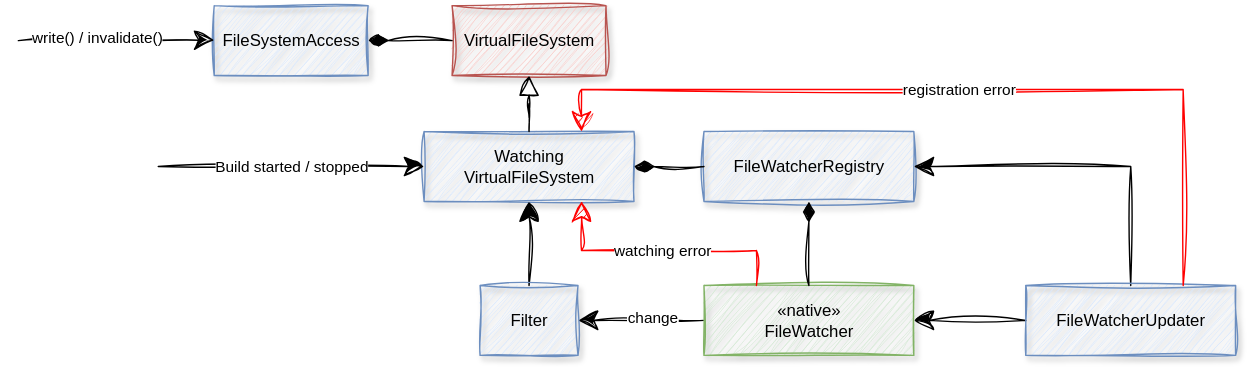
Above: platforms/core-execution/snapshots/File-System Watching.drawio.svg in gradle/gradle (draw.io), before the change. Source tidied: cells renumbered, new cells last; positions are measured from the earlier drawing's top-left corner, leaving out a move shared by most shapes.
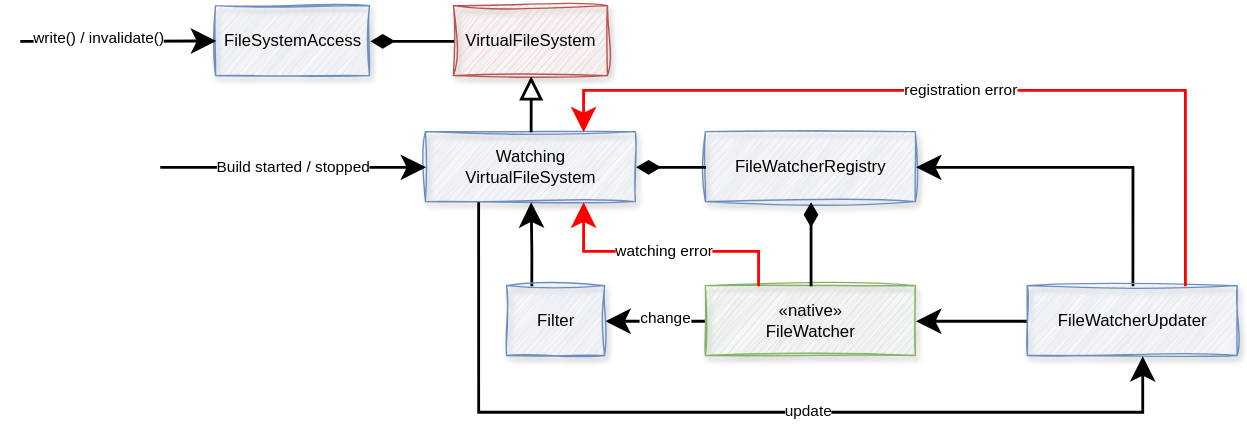
Later version of the same file.

Change to the diagram source:
```diff
@@ -11,16 +11,16 @@
     <mxCell id="4" value="Watching&lt;br&gt;VirtualFileSystem" style="html=1;whiteSpace=wrap;sketch=1;curveFitting=1;jiggle=2;shadow=1;fillColor=#dae8fc;strokeColor=#6c8ebf;" parent="1" vertex="1">
       <mxGeometry x="290" y="90" width="150" height="50" as="geometry" />
     </mxCell>
-    <mxCell id="5" style="edgeStyle=orthogonalEdgeStyle;shape=connector;rounded=0;sketch=1;jiggle=2;curveFitting=1;jettySize=auto;html=1;strokeColor=default;align=center;verticalAlign=middle;fontFamily=Helvetica;fontSize=11;fontColor=default;labelBackgroundColor=default;endArrow=block;endFill=0;startSize=12;endSize=12;exitX=0.5;exitY=0;exitDx=0;exitDy=0;" parent="1" edge="1" source="4" target="3">
+    <mxCell id="5" style="edgeStyle=orthogonalEdgeStyle;shape=connector;rounded=0;jettySize=auto;html=1;strokeColor=default;align=center;verticalAlign=middle;fontFamily=Helvetica;fontSize=11;fontColor=default;labelBackgroundColor=default;endArrow=block;endFill=0;startSize=12;endSize=12;exitX=0.5;exitY=0;exitDx=0;exitDy=0;strokeWidth=2;" parent="1" edge="1" source="4" target="3">
       <mxGeometry relative="1" as="geometry" />
     </mxCell>
-    <mxCell id="6" value="Build started / stopped" style="edgeStyle=orthogonalEdgeStyle;shape=connector;rounded=0;sketch=1;jiggle=2;curveFitting=1;orthogonalLoop=1;jettySize=auto;html=1;strokeColor=default;align=center;verticalAlign=middle;fontFamily=Helvetica;fontSize=11;fontColor=default;labelBackgroundColor=default;endArrow=classic;startSize=12;endSize=12;labelPosition=center;verticalLabelPosition=middle;labelBorderColor=none;spacingLeft=2;spacingRight=2;spacingBottom=2;spacingTop=2;fontStyle=0;" parent="1" edge="1">
+    <mxCell id="6" value="Build started / stopped" style="edgeStyle=orthogonalEdgeStyle;shape=connector;rounded=0;orthogonalLoop=1;jettySize=auto;html=1;strokeColor=default;align=center;verticalAlign=middle;fontFamily=Helvetica;fontSize=11;fontColor=default;labelBackgroundColor=default;endArrow=classic;startSize=12;endSize=12;labelPosition=center;verticalLabelPosition=middle;labelBorderColor=none;spacingLeft=2;spacingRight=2;spacingBottom=2;spacingTop=2;fontStyle=0;strokeWidth=2;" parent="1" edge="1">
       <mxGeometry relative="1" as="geometry">
         <mxPoint x="100" y="115" as="sourcePoint" />
         <mxPoint x="290" y="115" as="targetPoint" />
       </mxGeometry>
     </mxCell>
-    <mxCell id="7" style="edgeStyle=orthogonalEdgeStyle;shape=connector;rounded=0;sketch=1;jiggle=2;curveFitting=1;orthogonalLoop=1;jettySize=auto;html=1;strokeColor=default;align=center;verticalAlign=middle;fontFamily=Helvetica;fontSize=11;fontColor=default;labelBackgroundColor=default;endArrow=classic;startSize=12;endSize=12;spacingLeft=2;spacingRight=2;spacingBottom=2;spacingTop=2;fontStyle=0;" parent="1" edge="1">
+    <mxCell id="7" style="edgeStyle=orthogonalEdgeStyle;shape=connector;rounded=0;orthogonalLoop=1;jettySize=auto;html=1;strokeColor=default;align=center;verticalAlign=middle;fontFamily=Helvetica;fontSize=11;fontColor=default;labelBackgroundColor=default;endArrow=classic;startSize=12;endSize=12;spacingLeft=2;spacingRight=2;spacingBottom=2;spacingTop=2;fontStyle=0;strokeWidth=2;" parent="1" edge="1">
       <mxGeometry relative="1" as="geometry">
         <mxPoint y="25" as="sourcePoint" />
         <mxPoint x="140" y="24.7" as="targetPoint" />
@@ -29,13 +29,13 @@
     <mxCell id="8" value="write() / invalidate()" style="edgeLabel;html=1;align=center;verticalAlign=middle;" parent="7" vertex="1">
       <mxGeometry x="-0.2" y="2" relative="1" as="geometry" />
     </mxCell>
-    <mxCell id="9" style="endArrow=diamondThin;endFill=1;endSize=12;html=1;rounded=0;sketch=1;jiggle=2;curveFitting=1;strokeColor=default;align=center;verticalAlign=middle;fontFamily=Helvetica;fontSize=11;fontColor=default;labelBackgroundColor=default;edgeStyle=orthogonalEdgeStyle;startSize=12;" parent="1" edge="1" source="3" target="2">
+    <mxCell id="9" style="endArrow=diamondThin;endFill=1;endSize=12;html=1;rounded=0;strokeColor=default;align=center;verticalAlign=middle;fontFamily=Helvetica;fontSize=11;fontColor=default;labelBackgroundColor=default;edgeStyle=orthogonalEdgeStyle;startSize=12;strokeWidth=2;" parent="1" edge="1" source="3" target="2">
       <mxGeometry relative="1" as="geometry" />
     </mxCell>
     <mxCell id="10" value="FileWatcherRegistry" style="html=1;whiteSpace=wrap;sketch=1;curveFitting=1;jiggle=2;shadow=1;fillColor=#dae8fc;strokeColor=#6c8ebf;" parent="1" vertex="1">
       <mxGeometry x="490" y="90" width="150" height="50" as="geometry" />
     </mxCell>
-    <mxCell id="11" style="edgeStyle=orthogonalEdgeStyle;shape=connector;rounded=0;sketch=1;jiggle=2;curveFitting=1;jettySize=auto;html=1;strokeColor=default;align=center;verticalAlign=middle;spacingLeft=2;spacingRight=2;spacingTop=2;spacingBottom=2;fontFamily=Helvetica;fontSize=11;fontColor=default;fontStyle=0;labelBorderColor=none;labelBackgroundColor=default;startSize=12;endArrow=classic;endSize=12;" parent="1" edge="1" source="13" target="22">
+    <mxCell id="11" style="edgeStyle=orthogonalEdgeStyle;shape=connector;rounded=0;jettySize=auto;html=1;strokeColor=default;align=center;verticalAlign=middle;spacingLeft=2;spacingRight=2;spacingTop=2;spacingBottom=2;fontFamily=Helvetica;fontSize=11;fontColor=default;fontStyle=0;labelBorderColor=none;labelBackgroundColor=default;startSize=12;endArrow=classic;endSize=12;strokeWidth=2;" parent="1" edge="1" source="13" target="22">
       <mxGeometry relative="1" as="geometry" />
     </mxCell>
     <mxCell id="12" value="change" style="edgeLabel;html=1;align=center;verticalAlign=middle;shadow=1;sketch=1;jiggle=2;curveFitting=1;strokeColor=#6c8ebf;fontFamily=Helvetica;fontSize=11;fontColor=default;fontStyle=0;labelBorderColor=none;labelBackgroundColor=default;fillColor=#dae8fc;" parent="11" vertex="1">
@@ -44,32 +44,46 @@
     <mxCell id="13" value="&lt;div&gt;«native»&lt;br&gt;&lt;span style=&quot;background-color: transparent; color: light-dark(rgb(0, 0, 0), rgb(255, 255, 255));&quot;&gt;FileWatcher&lt;/span&gt;&lt;/div&gt;" style="html=1;whiteSpace=wrap;sketch=1;curveFitting=1;jiggle=2;shadow=1;fillColor=#d5e8d4;strokeColor=#82b366;" parent="1" vertex="1">
       <mxGeometry x="490" y="200" width="150" height="50" as="geometry" />
     </mxCell>
-    <mxCell id="14" style="endArrow=diamondThin;endFill=1;endSize=12;html=1;rounded=0;sketch=1;jiggle=2;curveFitting=1;strokeColor=default;align=center;verticalAlign=middle;fontFamily=Helvetica;fontSize=11;fontColor=default;labelBackgroundColor=default;edgeStyle=orthogonalEdgeStyle;startSize=12;" parent="1" edge="1" source="13" target="10">
+    <mxCell id="14" style="endArrow=diamondThin;endFill=1;endSize=12;html=1;rounded=0;strokeColor=default;align=center;verticalAlign=middle;fontFamily=Helvetica;fontSize=11;fontColor=default;labelBackgroundColor=default;edgeStyle=orthogonalEdgeStyle;startSize=12;strokeWidth=2;" parent="1" edge="1" source="13" target="10">
       <mxGeometry relative="1" as="geometry" />
     </mxCell>
-    <mxCell id="15" style="endArrow=diamondThin;endFill=1;endSize=12;html=1;rounded=0;sketch=1;jiggle=2;curveFitting=1;strokeColor=default;align=center;verticalAlign=middle;fontFamily=Helvetica;fontSize=11;fontColor=default;labelBackgroundColor=default;edgeStyle=orthogonalEdgeStyle;startSize=12;" parent="1" edge="1" source="10" target="4">
+    <mxCell id="15" style="endArrow=diamondThin;endFill=1;endSize=12;html=1;rounded=0;strokeColor=default;align=center;verticalAlign=middle;fontFamily=Helvetica;fontSize=11;fontColor=default;labelBackgroundColor=default;edgeStyle=orthogonalEdgeStyle;startSize=12;strokeWidth=2;" parent="1" edge="1" source="10" target="4">
       <mxGeometry relative="1" as="geometry" />
     </mxCell>
-    <mxCell id="16" style="edgeStyle=orthogonalEdgeStyle;shape=connector;rounded=0;sketch=1;jiggle=2;curveFitting=1;jettySize=auto;html=1;strokeColor=default;align=center;verticalAlign=middle;spacingLeft=2;spacingRight=2;spacingTop=2;spacingBottom=2;fontFamily=Helvetica;fontSize=11;fontColor=default;fontStyle=0;labelBorderColor=none;labelBackgroundColor=default;startSize=12;endArrow=classic;endSize=12;" parent="1" edge="1" source="18" target="13">
+    <mxCell id="16" style="edgeStyle=orthogonalEdgeStyle;shape=connector;rounded=0;jettySize=auto;html=1;strokeColor=default;align=center;verticalAlign=middle;spacingLeft=2;spacingRight=2;spacingTop=2;spacingBottom=2;fontFamily=Helvetica;fontSize=11;fontColor=default;fontStyle=0;labelBorderColor=none;labelBackgroundColor=default;startSize=12;endArrow=classic;endSize=12;strokeWidth=2;" parent="1" edge="1" source="18" target="13">
       <mxGeometry relative="1" as="geometry" />
     </mxCell>
-    <mxCell id="17" style="edgeStyle=orthogonalEdgeStyle;shape=connector;rounded=0;sketch=1;jiggle=2;curveFitting=1;jettySize=auto;html=1;strokeColor=default;align=center;verticalAlign=middle;spacingLeft=2;spacingRight=2;spacingTop=2;spacingBottom=2;fontFamily=Helvetica;fontSize=11;fontColor=default;fontStyle=0;labelBorderColor=none;labelBackgroundColor=default;startSize=12;endArrow=classic;endSize=12;exitX=0.5;exitY=0;exitDx=0;exitDy=0;entryX=1;entryY=0.5;entryDx=0;entryDy=0;" parent="1" edge="1" source="18" target="10">
+    <mxCell id="17" style="edgeStyle=orthogonalEdgeStyle;shape=connector;rounded=0;jettySize=auto;html=1;strokeColor=default;align=center;verticalAlign=middle;spacingLeft=2;spacingRight=2;spacingTop=2;spacingBottom=2;fontFamily=Helvetica;fontSize=11;fontColor=default;fontStyle=0;labelBorderColor=none;labelBackgroundColor=default;startSize=12;endArrow=classic;endSize=12;exitX=0.5;exitY=0;exitDx=0;exitDy=0;entryX=1;entryY=0.5;entryDx=0;entryDy=0;strokeWidth=2;" parent="1" edge="1" source="18" target="10">
       <mxGeometry relative="1" as="geometry" />
     </mxCell>
     <mxCell id="18" value="FileWatcherUpdater" style="html=1;whiteSpace=wrap;sketch=1;curveFitting=1;jiggle=2;shadow=1;fillColor=#dae8fc;strokeColor=#6c8ebf;" parent="1" vertex="1">
       <mxGeometry x="720" y="200" width="150" height="50" as="geometry" />
     </mxCell>
-    <mxCell id="19" value="registration error" style="edgeStyle=orthogonalEdgeStyle;shape=connector;rounded=0;sketch=1;jiggle=2;curveFitting=1;jettySize=auto;html=1;strokeColor=#FF0000;align=center;verticalAlign=middle;spacingLeft=2;spacingRight=2;spacingTop=2;spacingBottom=2;fontFamily=Helvetica;fontSize=11;fontColor=default;fontStyle=0;labelBorderColor=none;labelBackgroundColor=default;startSize=12;endArrow=classic;endSize=12;exitX=0.75;exitY=0;exitDx=0;exitDy=0;entryX=0.75;entryY=0;entryDx=0;entryDy=0;endFill=1;" parent="1" edge="1" source="18" target="4">
+    <mxCell id="19" value="registration error" style="edgeStyle=orthogonalEdgeStyle;shape=connector;rounded=0;jettySize=auto;html=1;strokeColor=#FF0000;align=center;verticalAlign=middle;spacingLeft=2;spacingRight=2;spacingTop=2;spacingBottom=2;fontFamily=Helvetica;fontSize=11;fontColor=default;fontStyle=0;labelBorderColor=none;labelBackgroundColor=default;startSize=12;endArrow=classic;endSize=12;exitX=0.75;exitY=0;exitDx=0;exitDy=0;entryX=0.75;entryY=0;entryDx=0;entryDy=0;endFill=1;strokeWidth=2;" parent="1" edge="1" source="18" target="4">
       <mxGeometry relative="1" as="geometry" />
     </mxCell>
-    <mxCell id="20" value="watching error" style="edgeStyle=orthogonalEdgeStyle;shape=connector;rounded=0;sketch=1;jiggle=2;curveFitting=1;jettySize=auto;html=1;strokeColor=#FF0000;align=center;verticalAlign=middle;spacingLeft=2;spacingRight=2;spacingTop=2;spacingBottom=2;fontFamily=Helvetica;fontSize=11;fontColor=default;fontStyle=0;labelBorderColor=none;labelBackgroundColor=default;startSize=12;endArrow=classic;endSize=12;endFill=1;exitX=0.25;exitY=0;exitDx=0;exitDy=0;entryX=0.75;entryY=1;entryDx=0;entryDy=0;" parent="1" edge="1" source="13" target="4">
+    <mxCell id="20" value="watching error" style="edgeStyle=orthogonalEdgeStyle;shape=connector;rounded=0;jettySize=auto;html=1;strokeColor=#FF0000;align=center;verticalAlign=middle;spacingLeft=2;spacingRight=2;spacingTop=2;spacingBottom=2;fontFamily=Helvetica;fontSize=11;fontColor=default;fontStyle=0;labelBorderColor=none;labelBackgroundColor=default;startSize=12;endArrow=classic;endSize=12;endFill=1;exitX=0.25;exitY=0;exitDx=0;exitDy=0;entryX=0.75;entryY=1;entryDx=0;entryDy=0;strokeWidth=2;" parent="1" edge="1" source="13" target="4">
       <mxGeometry relative="1" as="geometry" />
     </mxCell>
-    <mxCell id="21" style="edgeStyle=orthogonalEdgeStyle;shape=connector;rounded=0;sketch=1;jiggle=2;curveFitting=1;jettySize=auto;html=1;strokeColor=default;align=center;verticalAlign=middle;spacingLeft=2;spacingRight=2;spacingTop=2;spacingBottom=2;fontFamily=Helvetica;fontSize=11;fontColor=default;fontStyle=0;labelBorderColor=none;labelBackgroundColor=default;startSize=12;endArrow=classic;endSize=12;" parent="1" edge="1" source="22" target="4">
+    <mxCell id="21" style="edgeStyle=orthogonalEdgeStyle;shape=connector;rounded=0;jettySize=auto;html=1;strokeColor=default;align=center;verticalAlign=middle;spacingLeft=2;spacingRight=2;spacingTop=2;spacingBottom=2;fontFamily=Helvetica;fontSize=11;fontColor=default;fontStyle=0;labelBorderColor=none;labelBackgroundColor=default;startSize=12;endArrow=classic;endSize=12;exitX=0.25;exitY=0;exitDx=0;exitDy=0;strokeWidth=2;" parent="1" edge="1" source="22" target="4">
       <mxGeometry relative="1" as="geometry" />
     </mxCell>
     <mxCell id="22" value="Filter" style="html=1;whiteSpace=wrap;sketch=1;curveFitting=1;jiggle=2;shadow=1;fillColor=#dae8fc;strokeColor=#6c8ebf;" parent="1" vertex="1">
-      <mxGeometry x="330" y="200" width="70" height="50" as="geometry" />
+      <mxGeometry x="348" y="200" width="70" height="50" as="geometry" />
     </mxCell>
+    <mxCell id="23" style="endArrow=classic;html=1;rounded=0;strokeColor=default;align=center;verticalAlign=middle;spacingLeft=2;spacingRight=2;spacingTop=2;spacingBottom=2;fontFamily=Helvetica;fontSize=11;fontColor=default;fontStyle=0;labelBorderColor=none;labelBackgroundColor=default;edgeStyle=orthogonalEdgeStyle;startSize=12;endSize=12;exitX=0.25;exitY=1;exitDx=0;exitDy=0;strokeWidth=2;" parent="1" edge="1" source="4">
+      <mxGeometry relative="1" as="geometry">
+        <mxPoint x="802" y="250" as="targetPoint" />
+        <Array as="points">
+          <mxPoint x="328" y="290" />
+          <mxPoint x="802" y="290" />
+        </Array>
+      </mxGeometry>
+    </mxCell>
+    <mxCell id="24" value="update" style="edgeLabel;html=1;align=center;verticalAlign=middle;shadow=1;sketch=1;jiggle=2;curveFitting=1;strokeColor=#6c8ebf;fontFamily=Helvetica;fontSize=11;fontColor=default;fontStyle=0;labelBorderColor=none;labelBackgroundColor=default;fillColor=#dae8fc;" parent="23" vertex="1">
+      <mxGeometry x="0.16" y="-4" relative="1" as="geometry">
+        <mxPoint y="-5" as="offset" />
+      </mxGeometry>
+    </mxCell>
   </root>
 </mxGraphModel>
```
